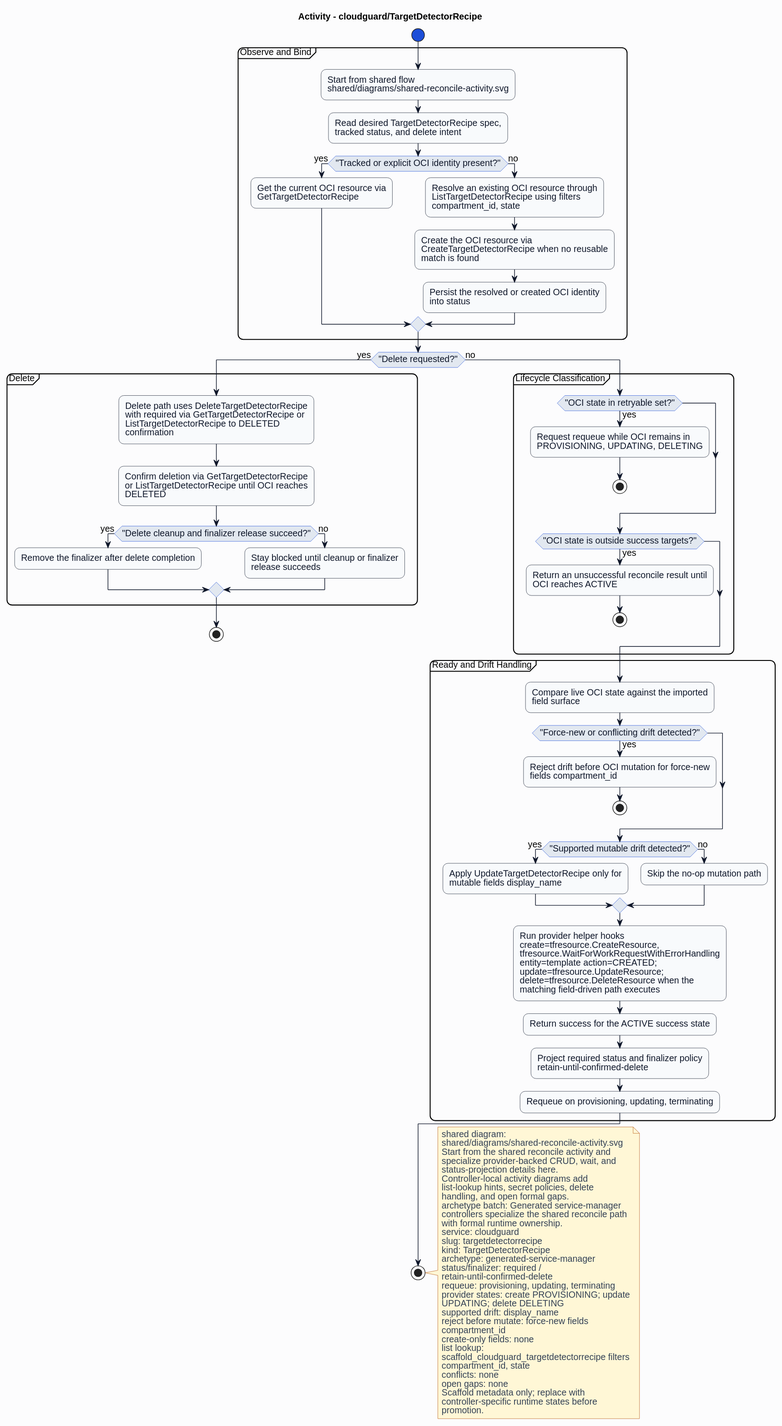
This is formal/controllers/cloudguard/targetdetectorrecipe/diagrams/activity.svg from HaoyL666/oci-service-operator, a PlantUML export, as it was before one commit. Source of this version:
```plantuml
@startuml
skinparam shadowing false
skinparam backgroundColor #fcfcfd
skinparam defaultFontName Helvetica
skinparam defaultFontSize 14
skinparam arrowColor #0f172a
skinparam noteBackgroundColor #fff7d6
skinparam noteBorderColor #b45309
skinparam noteFontColor #334155
skinparam roundcorner 16
title Activity - cloudguard/TargetDetectorRecipe
skinparam activity {
  backgroundColor #f8fafc
  borderColor #0f172a
  fontColor #0f172a
  diamondBackgroundColor #e2e8f0
  diamondBorderColor #1d4ed8
  diamondFontColor #0f172a
  startColor #1d4ed8
  endColor #0f172a
  barColor #1d4ed8
}
start
partition "Observe and Bind" {
:Start from shared flow\nshared/diagrams/shared-reconcile-activity.svg;
:Read desired TargetDetectorRecipe spec,\ntracked status, and delete intent;
if ("Tracked or explicit OCI identity present?") then (yes)
:Get the current OCI resource via\nGetTargetDetectorRecipe;
else (no)
:Resolve an existing OCI resource through\nListTargetDetectorRecipe using filters\ncompartment_id, state;
:Create the OCI resource via\nCreateTargetDetectorRecipe when no reusable\nmatch is found;
:Persist the resolved or created OCI identity\ninto status;
endif
}
if ("Delete requested?") then (yes)
partition "Delete" {
:Delete path uses DeleteTargetDetectorRecipe\nwith required via GetTargetDetectorRecipe or\nListTargetDetectorRecipe to DELETED\nconfirmation;
:Confirm deletion via GetTargetDetectorRecipe\nor ListTargetDetectorRecipe until OCI reaches\nDELETED;
if ("Delete cleanup and finalizer release succeed?") then (yes)
:Remove the finalizer after delete completion;
else (no)
:Stay blocked until cleanup or finalizer\nrelease succeeds;
endif
}
stop
else (no)
partition "Lifecycle Classification" {
if ("OCI state in retryable set?") then (yes)
:Request requeue while OCI remains in\nPROVISIONING, UPDATING, DELETING;
stop
endif
if ("OCI state is outside success targets?") then (yes)
:Return an unsuccessful reconcile result until\nOCI reaches ACTIVE;
stop
endif
}
partition "Ready and Drift Handling" {
:Compare live OCI state against the imported\nfield surface;
if ("Force-new or conflicting drift detected?") then (yes)
:Reject drift before OCI mutation for force-new\nfields compartment_id;
stop
endif
if ("Supported mutable drift detected?") then (yes)
:Apply UpdateTargetDetectorRecipe only for\nmutable fields display_name;
else (no)
:Skip the no-op mutation path;
endif
:Run provider helper hooks\ncreate=tfresource.CreateResource,\ntfresource.WaitForWorkRequestWithErrorHandling\nentity=template action=CREATED;\nupdate=tfresource.UpdateResource;\ndelete=tfresource.DeleteResource when the\nmatching field-driven path executes;
:Return success for the ACTIVE success state;
:Project required status and finalizer policy\nretain-until-confirmed-delete;
:Requeue on provisioning, updating, terminating;
}
endif
stop
note right
shared diagram:
shared/diagrams/shared-reconcile-activity.svg
Start from the shared reconcile activity and
specialize provider-backed CRUD, wait, and
status-projection details here.
Controller-local activity diagrams add
list-lookup hints, secret policies, delete
handling, and open formal gaps.
archetype batch: Generated service-manager
controllers specialize the shared reconcile path
with formal runtime ownership.
service: cloudguard
slug: targetdetectorrecipe
kind: TargetDetectorRecipe
archetype: generated-service-manager
status/finalizer: required /
retain-until-confirmed-delete
requeue: provisioning, updating, terminating
provider states: create PROVISIONING; update
UPDATING; delete DELETING
supported drift: display_name
reject before mutate: force-new fields
compartment_id
create-only fields: none
list lookup:
scaffold_cloudguard_targetdetectorrecipe filters
compartment_id, state
conflicts: none
open gaps: none
Scaffold metadata only; replace with
controller-specific runtime states before
promotion.
end note
@enduml
```
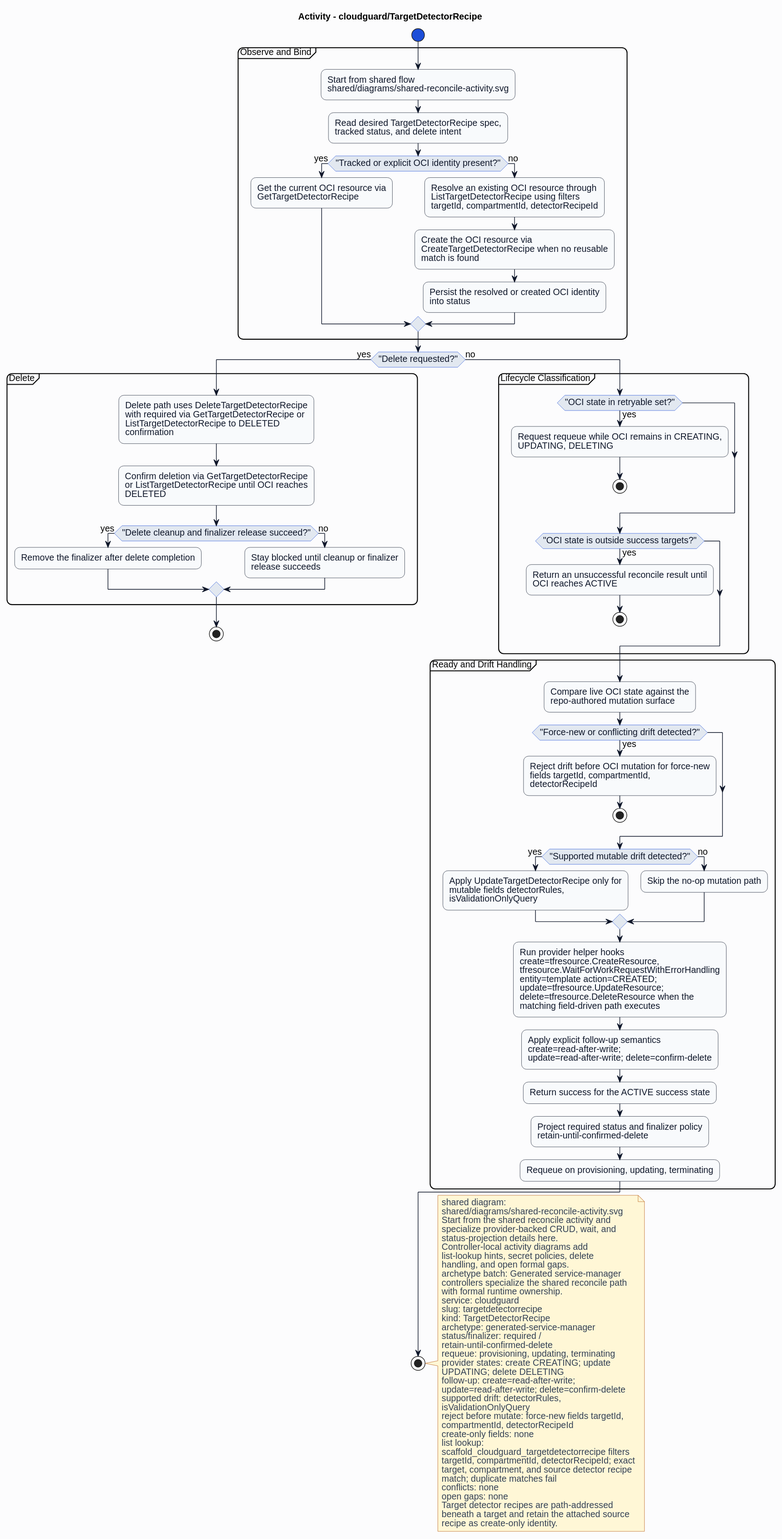
After the change.

Change to the diagram source:
```diff
@@ -27,7 +27,7 @@
 if ("Tracked or explicit OCI identity present?") then (yes)
 :Get the current OCI resource via\nGetTargetDetectorRecipe;
 else (no)
-:Resolve an existing OCI resource through\nListTargetDetectorRecipe using filters\ncompartment_id, state;
+:Resolve an existing OCI resource through\nListTargetDetectorRecipe using filters\ntargetId, compartmentId, detectorRecipeId;
 :Create the OCI resource via\nCreateTargetDetectorRecipe when no reusable\nmatch is found;
 :Persist the resolved or created OCI identity\ninto status;
 endif
@@ -46,7 +46,7 @@
 else (no)
 partition "Lifecycle Classification" {
 if ("OCI state in retryable set?") then (yes)
-:Request requeue while OCI remains in\nPROVISIONING, UPDATING, DELETING;
+:Request requeue while OCI remains in CREATING,\nUPDATING, DELETING;
 stop
 endif
 if ("OCI state is outside success targets?") then (yes)
@@ -55,17 +55,18 @@
 endif
 }
 partition "Ready and Drift Handling" {
-:Compare live OCI state against the imported\nfield surface;
+:Compare live OCI state against the\nrepo-authored mutation surface;
 if ("Force-new or conflicting drift detected?") then (yes)
-:Reject drift before OCI mutation for force-new\nfields compartment_id;
+:Reject drift before OCI mutation for force-new\nfields targetId, compartmentId,\ndetectorRecipeId;
 stop
 endif
 if ("Supported mutable drift detected?") then (yes)
-:Apply UpdateTargetDetectorRecipe only for\nmutable fields display_name;
+:Apply UpdateTargetDetectorRecipe only for\nmutable fields detectorRules,\nisValidationOnlyQuery;
 else (no)
 :Skip the no-op mutation path;
 endif
 :Run provider helper hooks\ncreate=tfresource.CreateResource,\ntfresource.WaitForWorkRequestWithErrorHandling\nentity=template action=CREATED;\nupdate=tfresource.UpdateResource;\ndelete=tfresource.DeleteResource when the\nmatching field-driven path executes;
+:Apply explicit follow-up semantics\ncreate=read-after-write;\nupdate=read-after-write; delete=confirm-delete;
 :Return success for the ACTIVE success state;
 :Project required status and finalizer policy\nretain-until-confirmed-delete;
 :Requeue on provisioning, updating, terminating;
@@ -91,19 +92,24 @@
 status/finalizer: required /
 retain-until-confirmed-delete
 requeue: provisioning, updating, terminating
-provider states: create PROVISIONING; update
+provider states: create CREATING; update
 UPDATING; delete DELETING
-supported drift: display_name
-reject before mutate: force-new fields
-compartment_id
+follow-up: create=read-after-write;
+update=read-after-write; delete=confirm-delete
+supported drift: detectorRules,
+isValidationOnlyQuery
+reject before mutate: force-new fields targetId,
+compartmentId, detectorRecipeId
 create-only fields: none
 list lookup:
 scaffold_cloudguard_targetdetectorrecipe filters
-compartment_id, state
+targetId, compartmentId, detectorRecipeId; exact
+target, compartment, and source detector recipe
+match; duplicate matches fail
 conflicts: none
 open gaps: none
-Scaffold metadata only; replace with
-controller-specific runtime states before
-promotion.
+Target detector recipes are path-addressed
+beneath a target and retain the attached source
+recipe as create-only identity.
 end note
 @enduml
```
